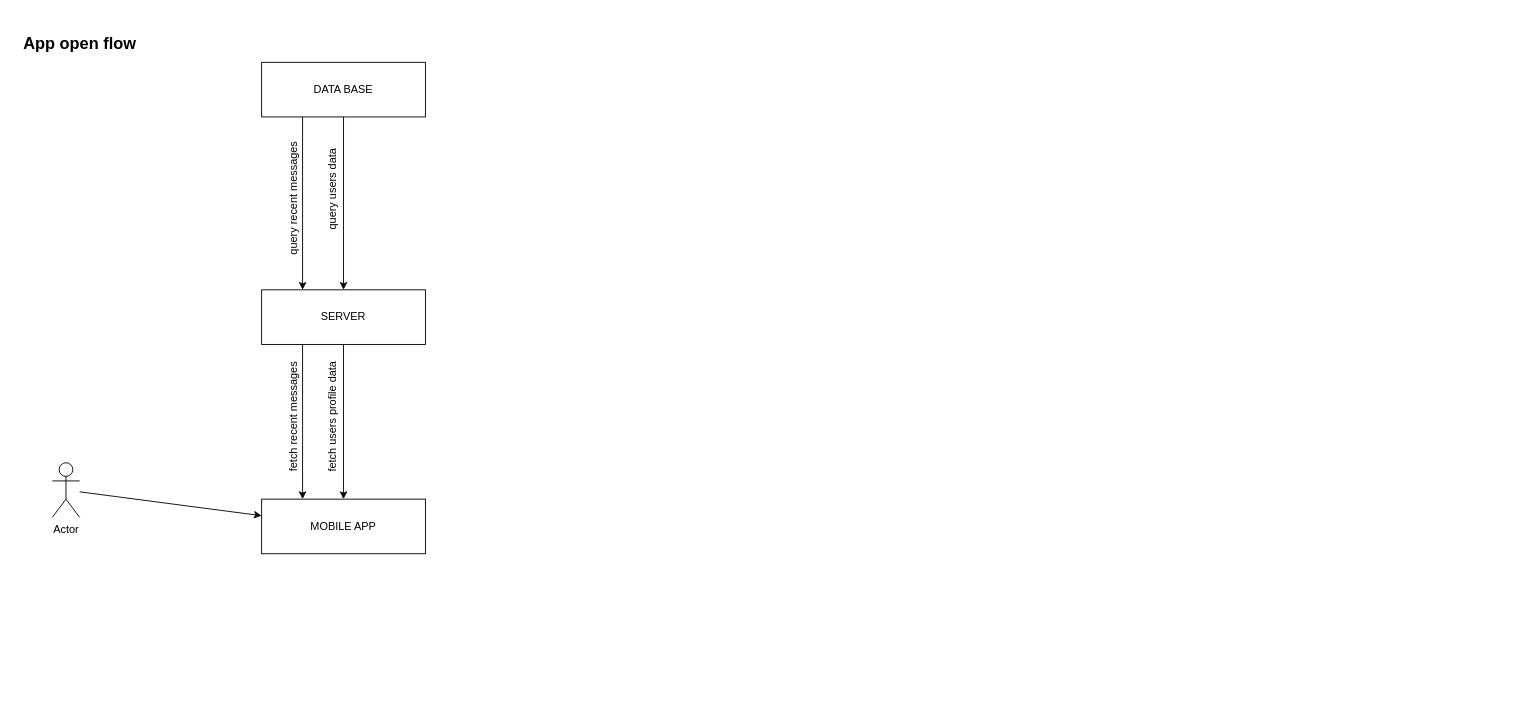
Earlier version of the draw.io diagram Untitled Diagram.drawio (macmarico/test). Source tidied: cells renumbered, new cells numbered last; positions are measured from the earlier drawing's top-left corner, leaving out a move shared by most shapes. Both pictures are drawn from the tidied source at 91%, with x=0, y=0 at pixel (15, 35).
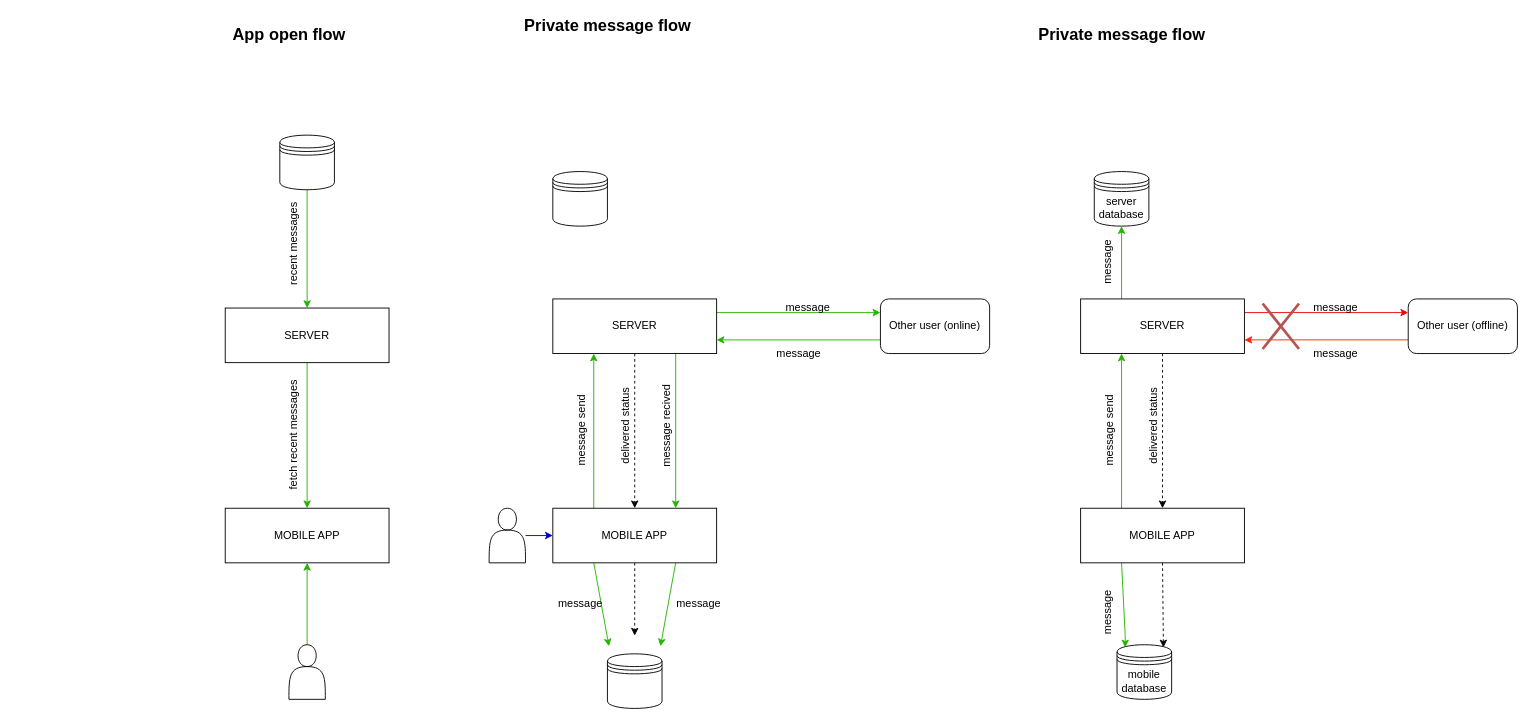
The same page after the edit.

Diff of the diagram source:
```diff
@@
-    <mxCell id="2" style="edgeStyle=none;rounded=0;jettySize=auto;html=1;startArrow=none;startFill=0;entryX=0.5;entryY=0;entryDx=0;entryDy=0;" parent="1" edge="1" source="4" target="6">
-      <mxGeometry relative="1" as="geometry" />
-    </mxCell>
-    <mxCell id="3" style="edgeStyle=none;rounded=0;jettySize=auto;html=1;exitX=0.25;exitY=1;exitDx=0;exitDy=0;entryX=0.25;entryY=0;entryDx=0;entryDy=0;startArrow=none;startFill=0;endArrow=classic;endFill=1;" parent="1" edge="1" source="4" target="6">
-      <mxGeometry relative="1" as="geometry" />
-    </mxCell>
-    <mxCell id="4" value="DATA BASE" style="rounded=0;whiteSpace=wrap;html=1;" parent="1" vertex="1">
-      <mxGeometry x="270" y="30" width="180" height="60" as="geometry" />
-    </mxCell>
-    <mxCell id="5" style="edgeStyle=none;rounded=0;jettySize=auto;html=1;exitX=0.25;exitY=1;exitDx=0;exitDy=0;entryX=0.25;entryY=0;entryDx=0;entryDy=0;startArrow=none;startFill=0;endArrow=classic;endFill=1;" parent="1" edge="1" source="6" target="8">
+    <mxCell id="5" style="edgeStyle=none;rounded=0;jettySize=auto;html=1;fontSize=12;startArrow=none;startFill=0;endArrow=classic;endFill=1;strokeColor=#24B300;" parent="1" edge="1" source="6" target="8">
       <mxGeometry relative="1" as="geometry" />
     </mxCell>
     <mxCell id="6" value="SERVER" style="rounded=0;whiteSpace=wrap;html=1;" parent="1" vertex="1">
-      <mxGeometry x="270" y="280" width="180" height="60" as="geometry" />
+      <mxGeometry x="230" y="300" width="180" height="60" as="geometry" />
     </mxCell>
-    <mxCell id="7" style="edgeStyle=none;rounded=0;jettySize=auto;html=1;startArrow=classic;startFill=1;endArrow=none;endFill=0;" parent="1" edge="1" source="8" target="6">
-      <mxGeometry relative="1" as="geometry" />
-    </mxCell>
     <mxCell id="8" value="MOBILE APP" style="rounded=0;whiteSpace=wrap;html=1;" parent="1" vertex="1">
-      <mxGeometry x="270" y="510" width="180" height="60" as="geometry" />
+      <mxGeometry x="230" y="520" width="180" height="60" as="geometry" />
     </mxCell>
-    <mxCell id="9" style="edgeStyle=none;rounded=0;jettySize=auto;html=1;" parent="1" edge="1" source="10" target="8">
-      <mxGeometry relative="1" as="geometry" />
-    </mxCell>
-    <mxCell id="10" value="Actor" style="shape=umlActor;verticalLabelPosition=bottom;verticalAlign=top;html=1;outlineConnect=0;" parent="1" vertex="1">
-      <mxGeometry x="40" y="470" width="30" height="60" as="geometry" />
-    </mxCell>
-    <mxCell id="11" value="query users data" style="text;html=1;align=center;verticalAlign=middle;strokeColor=none;fillColor=none;rotation=270;" parent="1" vertex="1">
-      <mxGeometry x="298" y="160" width="100" height="20" as="geometry" />
-    </mxCell>
-    <mxCell id="12" value="fetch users profile data" style="text;html=1;align=center;verticalAlign=middle;strokeColor=none;fillColor=none;rotation=270;" parent="1" vertex="1">
-      <mxGeometry x="278" y="410" width="140" height="20" as="geometry" />
-    </mxCell>
@@
     <mxCell id="15" value="fetch recent messages" style="text;html=1;align=center;verticalAlign=middle;strokeColor=none;fillColor=none;rotation=270;" parent="1" vertex="1">
-      <mxGeometry x="235" y="410" width="140" height="20" as="geometry" />
+      <mxGeometry x="235" y="430" width="140" height="20" as="geometry" />
     </mxCell>
-    <mxCell id="16" value="query recent messages" style="text;html=1;align=center;verticalAlign=middle;strokeColor=none;fillColor=none;rotation=270;" parent="1" vertex="1">
-      <mxGeometry x="235" y="170" width="140" height="20" as="geometry" />
+    <mxCell id="16" value="recent messages" style="text;html=1;align=center;verticalAlign=middle;strokeColor=none;fillColor=none;rotation=270;" parent="1" vertex="1">
+      <mxGeometry x="250" y="220" width="110" height="20" as="geometry" />
     </mxCell>
     <mxCell id="17" value="&lt;b&gt;&lt;font style=&quot;font-size: 18px&quot;&gt;App open flow&lt;/font&gt;&lt;/b&gt;" style="text;html=1;align=center;verticalAlign=middle;strokeColor=none;fillColor=none;" parent="1" vertex="1">
-      <mxGeometry width="140" height="20" as="geometry" />
+      <mxGeometry x="230" y="-10" width="140" height="20" as="geometry" />
     </mxCell>
+    <mxCell id="18" style="edgeStyle=none;rounded=0;jettySize=auto;html=1;exitX=1;exitY=0.25;exitDx=0;exitDy=0;fontSize=12;startArrow=none;startFill=0;endArrow=classic;endFill=1;entryX=0;entryY=0.25;entryDx=0;entryDy=0;fillColor=#dae8fc;strokeColor=#24B300;" parent="1" edge="1" source="21" target="37">
+      <mxGeometry relative="1" as="geometry" />
+    </mxCell>
+    <mxCell id="19" style="edgeStyle=none;rounded=0;jettySize=auto;html=1;exitX=0.75;exitY=1;exitDx=0;exitDy=0;entryX=0.75;entryY=0;entryDx=0;entryDy=0;fontSize=12;startArrow=none;startFill=0;endArrow=classic;endFill=1;fillColor=#fff2cc;strokeColor=#24B300;" parent="1" edge="1" source="21" target="26">
+      <mxGeometry relative="1" as="geometry" />
+    </mxCell>
+    <mxCell id="20" style="edgeStyle=none;rounded=0;jettySize=auto;html=1;fontSize=12;startArrow=none;startFill=0;endArrow=classic;endFill=1;dashed=1;" parent="1" edge="1" source="21" target="26">
+      <mxGeometry relative="1" as="geometry" />
+    </mxCell>
+    <mxCell id="21" value="SERVER" style="rounded=0;whiteSpace=wrap;html=1;" parent="1" vertex="1">
+      <mxGeometry x="590" y="290" width="180" height="60" as="geometry" />
+    </mxCell>
+    <mxCell id="22" style="edgeStyle=none;rounded=0;jettySize=auto;html=1;exitX=0.25;exitY=0;exitDx=0;exitDy=0;entryX=0.25;entryY=1;entryDx=0;entryDy=0;fontSize=18;startArrow=none;startFill=0;endArrow=classic;endFill=1;fillColor=#dae8fc;strokeColor=#24B300;" parent="1" edge="1" source="26" target="21">
+      <mxGeometry relative="1" as="geometry" />
+    </mxCell>
+    <mxCell id="23" style="edgeStyle=none;rounded=0;jettySize=auto;html=1;exitX=0.25;exitY=1;exitDx=0;exitDy=0;entryX=0;entryY=0;entryDx=0;entryDy=0;fontSize=12;startArrow=none;startFill=0;endArrow=classic;endFill=1;fillColor=#dae8fc;strokeColor=#24B300;" parent="1" edge="1" source="26">
+      <mxGeometry relative="1" as="geometry">
+        <mxPoint x="651.7" y="671.7" as="targetPoint" />
+      </mxGeometry>
+    </mxCell>
+    <mxCell id="24" style="edgeStyle=none;rounded=0;jettySize=auto;html=1;exitX=0.75;exitY=1;exitDx=0;exitDy=0;entryX=1;entryY=0;entryDx=0;entryDy=0;fontSize=12;startArrow=none;startFill=0;endArrow=classic;endFill=1;fillColor=#fff2cc;strokeColor=#24B300;" parent="1" edge="1" source="26">
+      <mxGeometry relative="1" as="geometry">
+        <mxPoint x="708.3" y="671.7" as="targetPoint" />
+      </mxGeometry>
+    </mxCell>
+    <mxCell id="25" style="edgeStyle=none;rounded=0;jettySize=auto;html=1;exitX=0.5;exitY=1;exitDx=0;exitDy=0;dashed=1;fontSize=12;startArrow=none;startFill=0;endArrow=classic;endFill=1;" parent="1" edge="1" source="26">
+      <mxGeometry relative="1" as="geometry">
+        <mxPoint x="680" y="660" as="targetPoint" />
+      </mxGeometry>
+    </mxCell>
+    <mxCell id="26" value="MOBILE APP" style="rounded=0;whiteSpace=wrap;html=1;" parent="1" vertex="1">
+      <mxGeometry x="590" y="520" width="180" height="60" as="geometry" />
+    </mxCell>
+    <mxCell id="27" style="edgeStyle=none;rounded=0;orthogonalLoop=1;jettySize=auto;html=1;exitX=1;exitY=0.5;exitDx=0;exitDy=0;startArrow=none;startFill=0;endArrow=classic;endFill=1;" parent="1" edge="1" source="21" target="21">
+      <mxGeometry relative="1" as="geometry" />
+    </mxCell>
+    <mxCell id="28" style="edgeStyle=none;rounded=0;orthogonalLoop=1;jettySize=auto;html=1;exitX=0;exitY=0;exitDx=0;exitDy=0;startArrow=none;startFill=0;endArrow=classic;endFill=1;" parent="1" edge="1" source="21" target="21">
+      <mxGeometry relative="1" as="geometry" />
+    </mxCell>
+    <mxCell id="29" value="&lt;b&gt;&lt;font style=&quot;font-size: 18px&quot;&gt;Private message flow&lt;/font&gt;&lt;/b&gt;" style="text;html=1;align=center;verticalAlign=middle;strokeColor=none;fillColor=none;" parent="1" vertex="1">
+      <mxGeometry x="550" y="-20" width="200" height="20" as="geometry" />
+    </mxCell>
+    <mxCell id="30" value="&lt;font style=&quot;font-size: 12px&quot;&gt;message send&lt;/font&gt;" style="text;html=1;align=center;verticalAlign=middle;strokeColor=none;fillColor=none;fontSize=18;rotation=270;" parent="1" vertex="1">
+      <mxGeometry x="575" y="420" width="90" height="30" as="geometry" />
+    </mxCell>
+    <mxCell id="31" style="edgeStyle=none;rounded=0;jettySize=auto;html=1;exitX=0;exitY=0.75;exitDx=0;exitDy=0;entryX=1;entryY=0.75;entryDx=0;entryDy=0;fontSize=12;startArrow=none;startFill=0;endArrow=classic;endFill=1;fillColor=#fff2cc;strokeColor=#24B300;" parent="1" edge="1" source="37" target="21">
+      <mxGeometry relative="1" as="geometry" />
+    </mxCell>
+    <mxCell id="32" value="message" style="text;html=1;align=center;verticalAlign=middle;strokeColor=none;fillColor=none;fontSize=12;" parent="1" vertex="1">
+      <mxGeometry x="840" y="290" width="60" height="20" as="geometry" />
+    </mxCell>
+    <mxCell id="33" value="message" style="text;html=1;align=center;verticalAlign=middle;strokeColor=none;fillColor=none;fontSize=12;" parent="1" vertex="1">
+      <mxGeometry x="590" y="615" width="60" height="20" as="geometry" />
+    </mxCell>
+    <mxCell id="34" value="message" style="text;html=1;align=center;verticalAlign=middle;strokeColor=none;fillColor=none;fontSize=12;" parent="1" vertex="1">
+      <mxGeometry x="830" y="340" width="60" height="20" as="geometry" />
+    </mxCell>
+    <mxCell id="35" value="message recived" style="text;html=1;align=center;verticalAlign=middle;strokeColor=none;fillColor=none;fontSize=12;rotation=270;" parent="1" vertex="1">
+      <mxGeometry x="660" y="420" width="110" height="20" as="geometry" />
+    </mxCell>
+    <mxCell id="36" value="message" style="text;html=1;align=center;verticalAlign=middle;strokeColor=none;fillColor=none;fontSize=12;" parent="1" vertex="1">
+      <mxGeometry x="720" y="615" width="60" height="20" as="geometry" />
+    </mxCell>
+    <mxCell id="37" value="Other user (online)" style="rounded=1;whiteSpace=wrap;html=1;fontSize=12;" parent="1" vertex="1">
+      <mxGeometry x="950" y="290" width="120" height="60" as="geometry" />
+    </mxCell>
+    <mxCell id="38" value="delivered status" style="text;html=1;align=center;verticalAlign=middle;strokeColor=none;fillColor=none;fontSize=12;rotation=270;" parent="1" vertex="1">
+      <mxGeometry x="620" y="420" width="100" height="20" as="geometry" />
+    </mxCell>
+    <mxCell id="39" style="edgeStyle=none;rounded=0;jettySize=auto;html=1;exitX=1;exitY=0.25;exitDx=0;exitDy=0;fontSize=12;startArrow=none;startFill=0;endArrow=classic;endFill=1;entryX=0;entryY=0.25;entryDx=0;entryDy=0;fillColor=#f8cecc;strokeColor=#EB0000;" parent="1" edge="1" source="42" target="55">
+      <mxGeometry relative="1" as="geometry" />
+    </mxCell>
+    <mxCell id="40" style="edgeStyle=none;rounded=0;jettySize=auto;html=1;fontSize=12;startArrow=none;startFill=0;endArrow=classic;endFill=1;dashed=1;" parent="1" edge="1" source="42" target="46">
+      <mxGeometry relative="1" as="geometry" />
+    </mxCell>
+    <mxCell id="41" style="edgeStyle=none;rounded=0;jettySize=auto;html=1;exitX=0.25;exitY=0;exitDx=0;exitDy=0;fontSize=12;startArrow=none;startFill=0;endArrow=classic;endFill=1;strokeColor=#24B300;entryX=0.5;entryY=1;entryDx=0;entryDy=0;fillColor=#d5e8d4;" parent="1" edge="1" source="42" target="58">
+      <mxGeometry relative="1" as="geometry" />
+    </mxCell>
+    <mxCell id="42" value="SERVER" style="rounded=0;whiteSpace=wrap;html=1;" parent="1" vertex="1">
+      <mxGeometry x="1170" y="290" width="180" height="60" as="geometry" />
+    </mxCell>
+    <mxCell id="43" style="edgeStyle=none;rounded=0;jettySize=auto;html=1;exitX=0.25;exitY=0;exitDx=0;exitDy=0;entryX=0.25;entryY=1;entryDx=0;entryDy=0;fontSize=18;startArrow=none;startFill=0;endArrow=classic;endFill=1;fillColor=#d5e8d4;strokeColor=#24B300;" parent="1" edge="1" source="46" target="42">
+      <mxGeometry relative="1" as="geometry" />
+    </mxCell>
+    <mxCell id="44" style="edgeStyle=none;rounded=0;jettySize=auto;html=1;exitX=0.25;exitY=1;exitDx=0;exitDy=0;fontSize=12;startArrow=none;startFill=0;endArrow=classic;endFill=1;fillColor=#dae8fc;strokeColor=#24B300;entryX=0.15;entryY=0.05;entryDx=0;entryDy=0;entryPerimeter=0;" parent="1" edge="1" source="46" target="59">
+      <mxGeometry relative="1" as="geometry">
+        <Array as="points">
+          <mxPoint x="1219" y="660" />
+        </Array>
+      </mxGeometry>
+    </mxCell>
+    <mxCell id="45" style="edgeStyle=none;rounded=0;jettySize=auto;html=1;exitX=0.5;exitY=1;exitDx=0;exitDy=0;dashed=1;fontSize=12;startArrow=none;startFill=0;endArrow=classic;endFill=1;entryX=0.85;entryY=0.05;entryDx=0;entryDy=0;entryPerimeter=0;" parent="1" edge="1" source="46" target="59">
+      <mxGeometry relative="1" as="geometry" />
+    </mxCell>
+    <mxCell id="46" value="MOBILE APP" style="rounded=0;whiteSpace=wrap;html=1;" parent="1" vertex="1">
+      <mxGeometry x="1170" y="520" width="180" height="60" as="geometry" />
+    </mxCell>
+    <mxCell id="47" style="edgeStyle=none;rounded=0;orthogonalLoop=1;jettySize=auto;html=1;exitX=1;exitY=0.5;exitDx=0;exitDy=0;startArrow=none;startFill=0;endArrow=classic;endFill=1;" parent="1" edge="1" source="42" target="42">
+      <mxGeometry relative="1" as="geometry" />
+    </mxCell>
+    <mxCell id="48" style="edgeStyle=none;rounded=0;orthogonalLoop=1;jettySize=auto;html=1;exitX=0;exitY=0;exitDx=0;exitDy=0;startArrow=none;startFill=0;endArrow=classic;endFill=1;" parent="1" edge="1" source="42" target="42">
+      <mxGeometry relative="1" as="geometry" />
+    </mxCell>
+    <mxCell id="49" value="&lt;b&gt;&lt;font style=&quot;font-size: 18px&quot;&gt;Private message flow&lt;/font&gt;&lt;/b&gt;" style="text;html=1;align=center;verticalAlign=middle;strokeColor=none;fillColor=none;" parent="1" vertex="1">
+      <mxGeometry x="1115" y="-10" width="200" height="20" as="geometry" />
+    </mxCell>
+    <mxCell id="50" value="&lt;font style=&quot;font-size: 12px&quot;&gt;message send&lt;/font&gt;" style="text;html=1;align=center;verticalAlign=middle;strokeColor=none;fillColor=none;fontSize=18;rotation=270;" parent="1" vertex="1">
+      <mxGeometry x="1155" y="420" width="90" height="30" as="geometry" />
+    </mxCell>
+    <mxCell id="51" style="edgeStyle=none;rounded=0;jettySize=auto;html=1;exitX=0;exitY=0.75;exitDx=0;exitDy=0;entryX=1;entryY=0.75;entryDx=0;entryDy=0;fontSize=12;startArrow=none;startFill=0;endArrow=classic;endFill=1;fillColor=#fff2cc;strokeColor=#FF2008;" parent="1" edge="1" source="55" target="42">
+      <mxGeometry relative="1" as="geometry" />
+    </mxCell>
+    <mxCell id="52" value="message" style="text;html=1;align=center;verticalAlign=middle;strokeColor=none;fillColor=none;fontSize=12;" parent="1" vertex="1">
+      <mxGeometry x="1420" y="290" width="60" height="20" as="geometry" />
+    </mxCell>
+    <mxCell id="53" value="message" style="text;html=1;align=center;verticalAlign=middle;strokeColor=none;fillColor=none;fontSize=12;rotation=270;" parent="1" vertex="1">
+      <mxGeometry x="1170" y="625" width="60" height="20" as="geometry" />
+    </mxCell>
+    <mxCell id="54" value="message" style="text;html=1;align=center;verticalAlign=middle;strokeColor=none;fillColor=none;fontSize=12;" parent="1" vertex="1">
+      <mxGeometry x="1420" y="340" width="60" height="20" as="geometry" />
+    </mxCell>
+    <mxCell id="55" value="Other user (offline)" style="rounded=1;whiteSpace=wrap;html=1;fontSize=12;" parent="1" vertex="1">
+      <mxGeometry x="1530" y="290" width="120" height="60" as="geometry" />
+    </mxCell>
+    <mxCell id="56" value="delivered status" style="text;html=1;align=center;verticalAlign=middle;strokeColor=none;fillColor=none;fontSize=12;rotation=270;" parent="1" vertex="1">
+      <mxGeometry x="1200" y="420" width="100" height="20" as="geometry" />
+    </mxCell>
+    <mxCell id="57" value="message" style="text;html=1;align=center;verticalAlign=middle;strokeColor=none;fillColor=none;fontSize=12;rotation=270;" parent="1" vertex="1">
+      <mxGeometry x="1170" y="240" width="60" height="20" as="geometry" />
+    </mxCell>
+    <mxCell id="58" value="server database" style="shape=datastore;whiteSpace=wrap;html=1;fontSize=12;" parent="1" vertex="1">
+      <mxGeometry x="1185" y="150" width="60" height="60" as="geometry" />
+    </mxCell>
+    <mxCell id="59" value="mobile database" style="shape=datastore;whiteSpace=wrap;html=1;fontSize=12;" parent="1" vertex="1">
+      <mxGeometry x="1210" y="670" width="60" height="60" as="geometry" />
+    </mxCell>
+    <mxCell id="60" style="shape=umlDestroy;whiteSpace=wrap;html=1;strokeWidth=3;fontSize=12;fillColor=#f8cecc;strokeColor=#b85450;" parent="1" vertex="1">
+      <mxGeometry x="1370" y="295" width="40" height="50" as="geometry" />
+    </mxCell>
+    <mxCell id="61" style="shape=datastore;whiteSpace=wrap;html=1;fontSize=12;" parent="1" vertex="1">
+      <mxGeometry x="590" y="150" width="60" height="60" as="geometry" />
+    </mxCell>
+    <mxCell id="62" style="shape=datastore;whiteSpace=wrap;html=1;fontSize=12;" parent="1" vertex="1">
+      <mxGeometry x="650" y="680" width="60" height="60" as="geometry" />
+    </mxCell>
+    <mxCell id="63" style="edgeStyle=none;rounded=0;jettySize=auto;html=1;fontSize=12;startArrow=none;startFill=0;endArrow=classic;endFill=1;strokeColor=#24B300;" parent="1" edge="1" source="64" target="6">
+      <mxGeometry relative="1" as="geometry" />
+    </mxCell>
+    <mxCell id="64" style="shape=datastore;whiteSpace=wrap;html=1;fontSize=12;" parent="1" vertex="1">
+      <mxGeometry x="290" y="110" width="60" height="60" as="geometry" />
+    </mxCell>
+    <mxCell id="65" style="edgeStyle=none;rounded=0;jettySize=auto;html=1;fontSize=12;startArrow=none;startFill=0;endArrow=classic;endFill=1;strokeColor=#24B300;" parent="1" edge="1" source="66" target="8">
+      <mxGeometry relative="1" as="geometry" />
+    </mxCell>
+    <mxCell id="66" style="shape=actor;whiteSpace=wrap;html=1;fontSize=12;" parent="1" vertex="1">
+      <mxGeometry x="300" y="670" width="40" height="60" as="geometry" />
+    </mxCell>
+    <mxCell id="67" style="edgeStyle=none;rounded=0;jettySize=auto;html=1;fontSize=12;startArrow=none;startFill=0;endArrow=classic;endFill=1;strokeColor=#0000CC;" parent="1" edge="1" source="68" target="26">
+      <mxGeometry relative="1" as="geometry" />
+    </mxCell>
+    <mxCell id="68" style="shape=actor;whiteSpace=wrap;html=1;fontSize=12;" parent="1" vertex="1">
+      <mxGeometry x="520" y="520" width="40" height="60" as="geometry" />
+    </mxCell>
```
